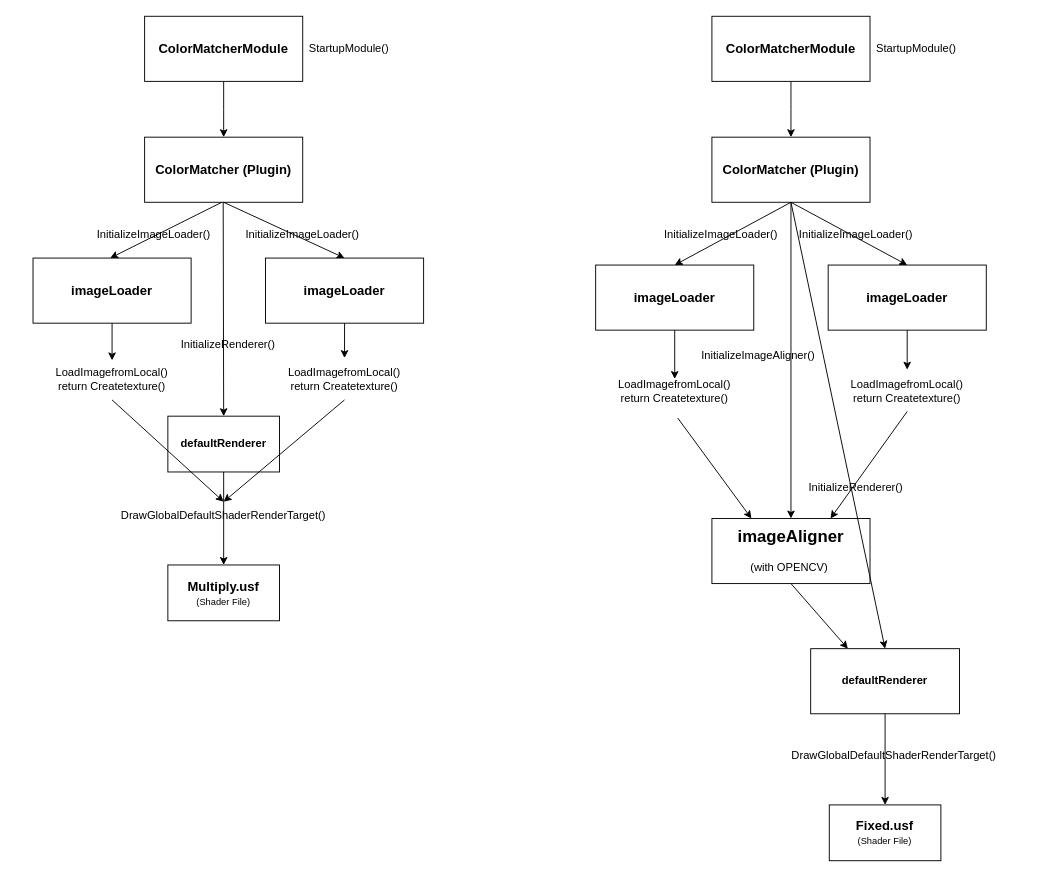
Earlier version of the draw.io diagram 제목 없는 다이어그램.drawio (LimSeokHyun1/Nestjs_Practice). Source tidied: cells renumbered, new cells numbered last; positions are measured from the earlier drawing's top-left corner, leaving out a move shared by most shapes. Both pictures are drawn from the tidied source at 93%, with x=0, y=0 at pixel (15, 16).
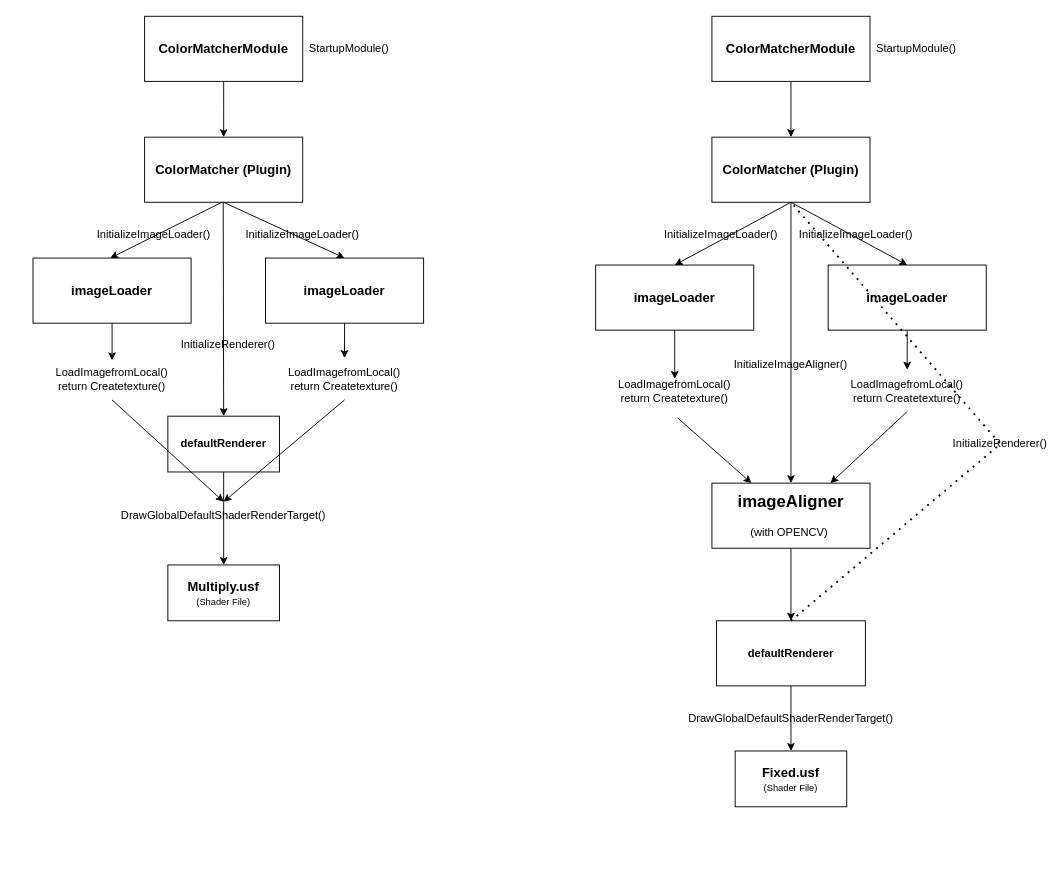
The same page after the edit.

Commit message:
제목 없는 다이어그램.drawio 업데이트

Unchanged cells that the change refers to:
```xml
<mxCell id="29" value="&lt;b&gt;&lt;font style=&quot;font-size: 14px;&quot;&gt;ColorMatcher (Plugin)&lt;/font&gt;&lt;/b&gt;" style="rounded=0;whiteSpace=wrap;html=1;" parent="1" vertex="1">
  <mxGeometry x="749" y="130" width="170" height="70" as="geometry" />
</mxCell>
```

Change to the diagram source:
```diff
@@
     <mxCell id="19" value="InitializeImageAligner()" style="text;html=1;strokeColor=none;fillColor=none;align=center;verticalAlign=middle;whiteSpace=wrap;rounded=0;" parent="1" vertex="1">
-      <mxGeometry x="769" y="350" width="60" height="30" as="geometry" />
+      <mxGeometry x="804" y="360" width="60" height="30" as="geometry" />
     </mxCell>
@@
     <mxCell id="25" value="&lt;font style=&quot;&quot;&gt;&lt;b style=&quot;&quot;&gt;&lt;font style=&quot;font-size: 18px;&quot;&gt;imageAligner&lt;/font&gt;&lt;br&gt;&lt;/b&gt;&lt;font style=&quot;font-size: 12px;&quot;&gt;&lt;br&gt;(with OPENCV)&lt;b style=&quot;&quot;&gt;&amp;nbsp;&lt;/b&gt;&lt;/font&gt;&lt;/font&gt;" style="rounded=0;whiteSpace=wrap;html=1;" parent="1" vertex="1">
-      <mxGeometry x="749" y="540" width="170" height="70" as="geometry" />
+      <mxGeometry x="749" y="502" width="170" height="70" as="geometry" />
     </mxCell>
@@
-    <mxCell id="43" style="endArrow=classic;html=1;rounded=0;entryX=0.5;entryY=0;entryDx=0;entryDy=0;exitX=0.5;exitY=1;exitDx=0;exitDy=0;" parent="1" edge="1" source="29" target="44">
-      <mxGeometry relative="1" as="geometry" />
-    </mxCell>
     <mxCell id="44" value="&lt;b&gt;defaultRenderer&lt;/b&gt;" style="rounded=0;whiteSpace=wrap;html=1;" parent="1" vertex="1">
-      <mxGeometry x="855.2" y="680" width="160" height="70" as="geometry" />
+      <mxGeometry x="754" y="650" width="160" height="70" as="geometry" />
     </mxCell>
-    <mxCell id="45" value="InitializeRenderer()" style="text;html=1;strokeColor=none;fillColor=none;align=center;verticalAlign=middle;whiteSpace=wrap;rounded=0;" parent="1" vertex="1">
-      <mxGeometry x="874" y="492" width="60" height="30" as="geometry" />
-    </mxCell>
-    <mxCell id="46" style="endArrow=classic;html=1;rounded=0;exitX=0.5;exitY=1;exitDx=0;exitDy=0;entryX=0.25;entryY=0;entryDx=0;entryDy=0;" parent="1" edge="1" source="25" target="44">
+    <mxCell id="46" style="endArrow=classic;html=1;rounded=0;exitX=0.5;exitY=1;exitDx=0;exitDy=0;entryX=0.5;entryY=0;entryDx=0;entryDy=0;" parent="1" edge="1" source="25" target="44">
       <mxGeometry relative="1" as="geometry" />
     </mxCell>
     <mxCell id="47" value="&lt;span style=&quot;border-color: var(--border-color);&quot;&gt;&lt;font style=&quot;border-color: var(--border-color);&quot;&gt;&lt;b style=&quot;font-size: 14px;&quot;&gt;Fixed.usf&lt;/b&gt;&lt;br&gt;&lt;font style=&quot;font-size: 10px;&quot;&gt;(Shader File)&lt;/font&gt;&lt;br&gt;&lt;/font&gt;&lt;/span&gt;" style="rounded=0;whiteSpace=wrap;html=1;" parent="1" vertex="1">
-      <mxGeometry x="875.2" y="848" width="120" height="60" as="geometry" />
+      <mxGeometry x="774" y="790" width="120" height="60" as="geometry" />
     </mxCell>
     <mxCell id="48" value="DrawGlobalDefaultShaderRenderTarget()" style="text;html=1;strokeColor=none;fillColor=none;align=center;verticalAlign=middle;whiteSpace=wrap;rounded=0;" parent="1" vertex="1">
-      <mxGeometry x="826.8" y="780" width="236" height="30" as="geometry" />
+      <mxGeometry x="716" y="740" width="236" height="30" as="geometry" />
     </mxCell>
@@
+    <mxCell id="50" style="endArrow=none;dashed=1;html=1;dashPattern=1 3;strokeWidth=2;rounded=0;entryX=0.5;entryY=1;entryDx=0;entryDy=0;exitX=0.5;exitY=0;exitDx=0;exitDy=0;" parent="1" edge="1" source="44" target="29">
+      <mxGeometry relative="1" as="geometry">
+        <Array as="points">
+          <mxPoint x="1059" y="460" />
+        </Array>
+      </mxGeometry>
+    </mxCell>
+    <mxCell id="45" value="InitializeRenderer()" style="text;html=1;strokeColor=none;fillColor=none;align=center;verticalAlign=middle;whiteSpace=wrap;rounded=0;" parent="1" vertex="1">
+      <mxGeometry x="1029" y="445" width="60" height="30" as="geometry" />
+    </mxCell>
```
